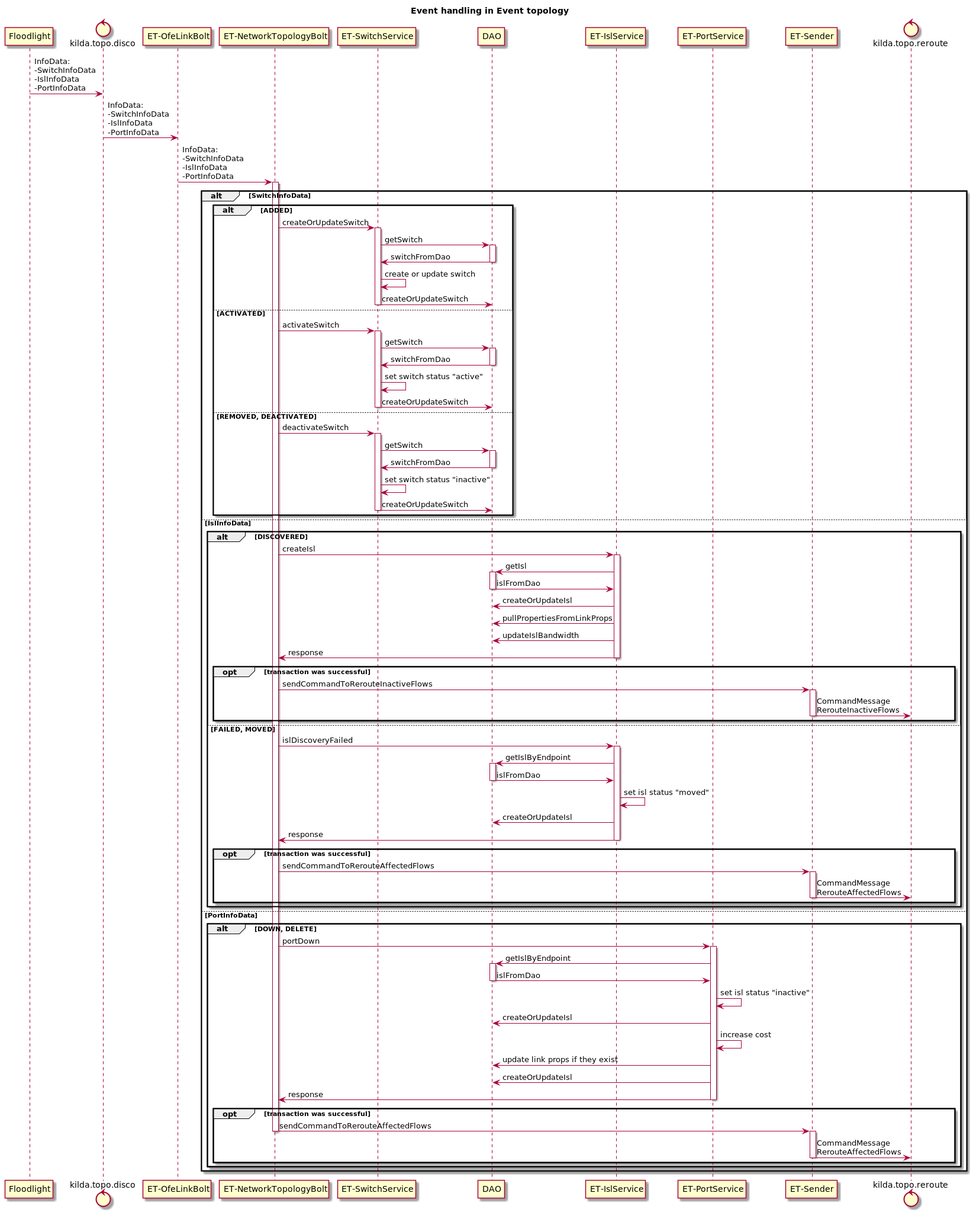
The PlantUML diagram docs/design/solutions/reroute-topology/sequence-event-handling.png in telstra/open-kilda, before a commit.
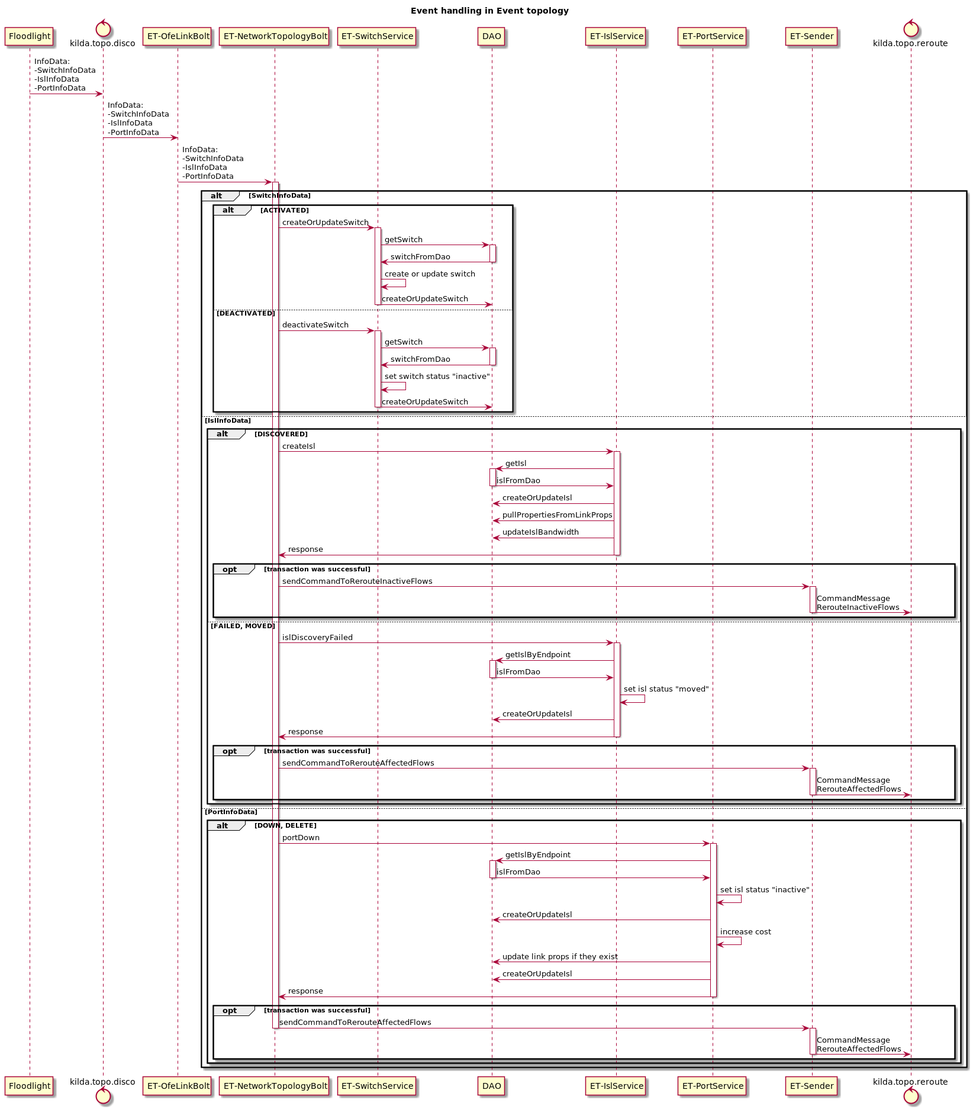
After the change.

Commit message:
Refactor handling switch events in the Event topology.

Change to the diagram source:
```diff
@@ -20,7 +20,7 @@
 
 alt SwitchInfoData
 
-alt ADDED
+alt ACTIVATED
     "ET-NetworkTopologyBolt" -> "ET-SwitchService" : createOrUpdateSwitch
 activate "ET-SwitchService"
     "ET-SwitchService" -> DAO : getSwitch
@@ -31,18 +31,7 @@
     "ET-SwitchService" -> "ET-SwitchService" : create or update switch
     "ET-SwitchService" -> DAO : createOrUpdateSwitch
 deactivate "ET-SwitchService"
-else ACTIVATED
-    "ET-NetworkTopologyBolt" -> "ET-SwitchService" : activateSwitch
-activate "ET-SwitchService"
-    "ET-SwitchService" -> DAO : getSwitch
-    activate DAO
-    DAO -> "ET-SwitchService" : switchFromDao
-    deactivate DAO
-
-    "ET-SwitchService" -> "ET-SwitchService" : set switch status "active"
-    "ET-SwitchService" -> DAO : createOrUpdateSwitch
-deactivate "ET-SwitchService"
-else REMOVED, DEACTIVATED
+else DEACTIVATED
     "ET-NetworkTopologyBolt" -> "ET-SwitchService" : deactivateSwitch
 activate "ET-SwitchService"
     "ET-SwitchService" -> DAO : getSwitch
```
